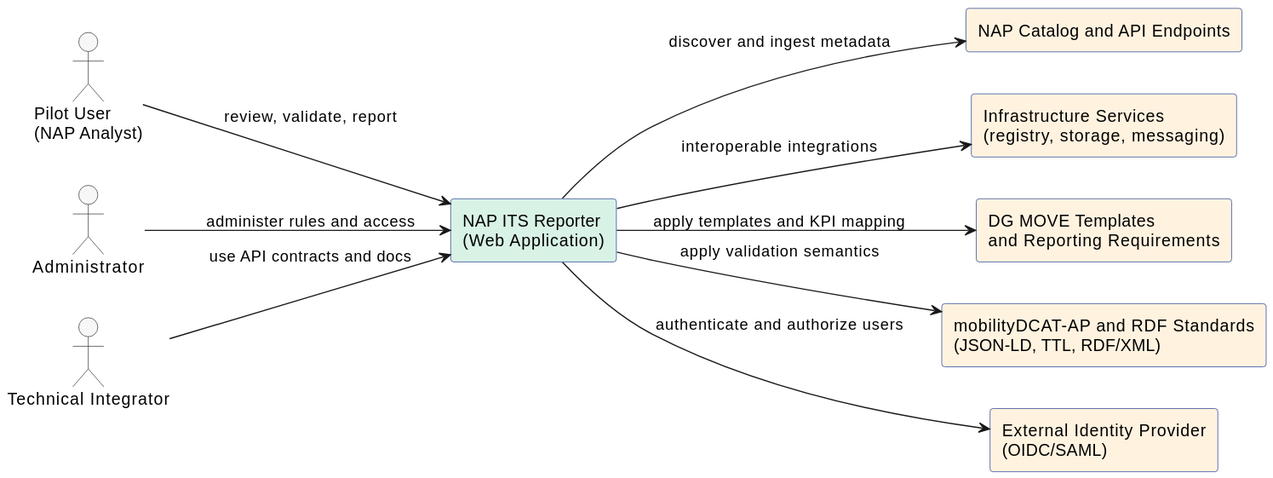
The PlantUML diagram docs/architecture/svg/system-context.svg in UM-KGPI/Napcore-ITS-Reporting, before a commit.
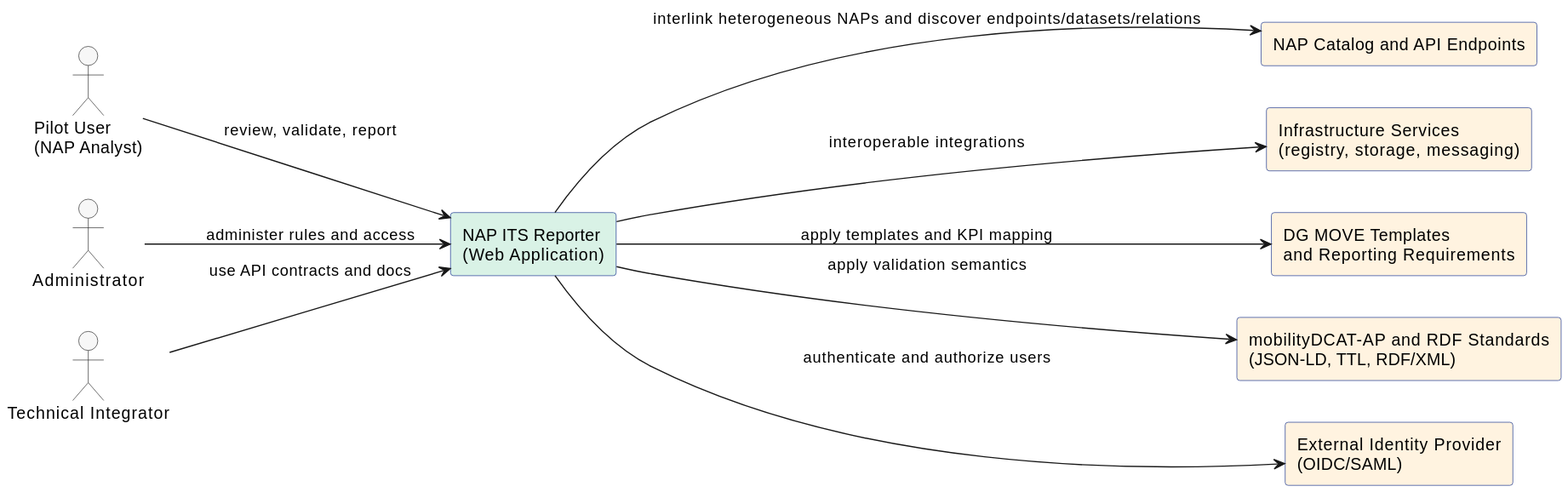
Above is the later version.

Diff of the diagram source:
```diff
@@ -29,7 +29,7 @@
 U2 --> APP : administer rules and access
 U3 --> APP : use API contracts and docs
 
-APP --> NAP : discover and ingest metadata
+APP --> NAP : interlink heterogeneous NAPs and discover endpoints/datasets/relations
 APP --> INFRA : interoperable integrations
 APP --> DGMOVE : apply templates and KPI mapping
 APP --> STD : apply validation semantics
```
